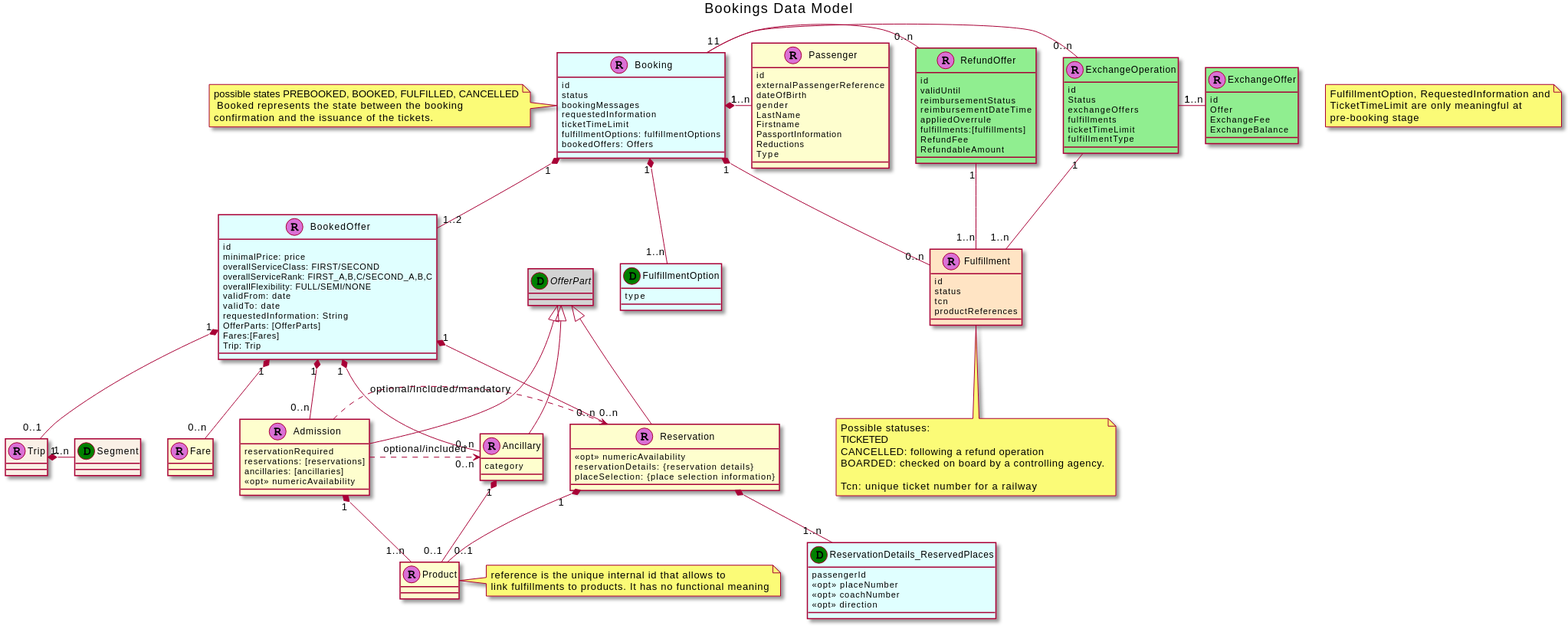
Earlier version of the PlantUML export images/models/bookings-data-model.png (UnionInternationalCheminsdeFer/OSDM). Its source is kept beside it as images/models/bookings-data-model.puml. Source of this version:
```plantuml
@startuml
title: Bookings Data Model

class Trip <<R,Orchid>> #linen {
}

class Segment <<D, Green>> #linen {
}

class BookedOffer <<R,orchid>> #lightcyan {
id
minimalPrice: price
overallServiceClass: FIRST/SECOND
overallServiceRank: FIRST_A,B,C/SECOND_A,B,C
overallFlexibility: FULL/SEMI/NONE
validFrom: date
validTo: date
requestedInformation: String
OfferParts: [OfferParts]
Fares:[Fares]
Trip: Trip
}

class ExchangeOffer <<R,orchid>> #lightgreen {
id
Offer
ExchangeFee
ExchangeBalance
}

abstract class OfferPart <<D,green>> #lightgrey {
}

class Ancillary <<R,orchid>> {
category
}

class Admission <<R,orchid>> {
reservationRequired
reservations: [reservations]
ancillaries: [ancillaries]
<<opt>> numericAvailability
}

class Reservation<<R,orchid>> {
<<opt>> numericAvailability
reservationDetails: {reservation details}
placeSelection: {place selection information}
}

class Product <<R,orchid>> {
}

class Fare <<R,orchid>> {

}

class Passenger <<R, orchid>> {
id
externalPassengerReference
dateOfBirth
gender
LastName
Firstname
PassportInformation
Reductions
Type
}

class Booking <<R,orchid>> #lightcyan {
id
status
bookingMessages
requestedInformation
ticketTimeLimit
fulfillmentOptions: fulfillmentOptions
bookedOffers: Offers

}
note left: possible states PREBOOKED, BOOKED, FULFILLED, CANCELLED\n Booked represents the state between the booking\nconfirmation and the issuance of the tickets.

class FulfillmentOption <<D,green>> #lightcyan  {
type
}

class ReservationDetails_ReservedPlaces<<D, green>> #lightcyan {
passengerId
<<opt>> placeNumber
<<opt>> coachNumber
<<opt>> direction
}

note right of Product
reference is the unique internal id that allows to
link fulfillments to products. It has no functional meaning
end note

class Fulfillment  <<R,orchid>> #bisque{
id
status
tcn
productReferences
}

class RefundOffer <<R, orchid>> #lightgreen {
  id
  validUntil
  reimbursementStatus
  reimbursementDateTime
  appliedOverrule
  fulfillments:[fulfillments]
  RefundFee
  RefundableAmount
}

class ExchangeOperation <<R, orchid>> #lightgreen {
     id
     Status
     exchangeOffers
     fulfillments
     ticketTimeLimit
     fulfillmentType
}

note bottom of Fulfillment
Possible statuses:
TICKETED
CANCELLED: following a refund operation
BOARDED: checked on board by a controlling agency.

Tcn:  unique ticket number for a railway
end note

Booking "1"*-"1..n" Passenger
Booking "1"*--"1..n" FulfillmentOption
Booking "1"-"0..n" RefundOffer
Booking "1"-"0..n" ExchangeOperation
RefundOffer "1"--"1..n" Fulfillment
ExchangeOperation "1"--"1..n" Fulfillment
ExchangeOperation "1"-"1..n" ExchangeOffer
Booking "1"*--"1..2" BookedOffer
Trip "1" *- "1..n" Segment
Booking "1"*--"0..n" Fulfillment

Admission "1"*--"1..n" Product
Reservation"1"*--"0..1" Product
Ancillary "1"*--"0..1" Product

BookedOffer "1" *-- "0..n" Admission
BookedOffer "1" *-- "0..n" Reservation
BookedOffer "1" *-- "0..n" Fare
BookedOffer "1" *-- "0..n" Ancillary
BookedOffer "1"*--"0..1" Trip
OfferPart <|-- Admission
OfferPart <|-- Reservation
OfferPart <|-- Ancillary
Admission .>"0..n" Reservation:optional/included/mandatory
Admission .>"0..n" Ancillary:optional/included
Reservation*--"1..n" ReservationDetails_ReservedPlaces


note as floatingNote
FulfillmentOption, RequestedInformation and
TicketTimeLimit are only meaningful at
pre-booking stage
end note
@enduml
```
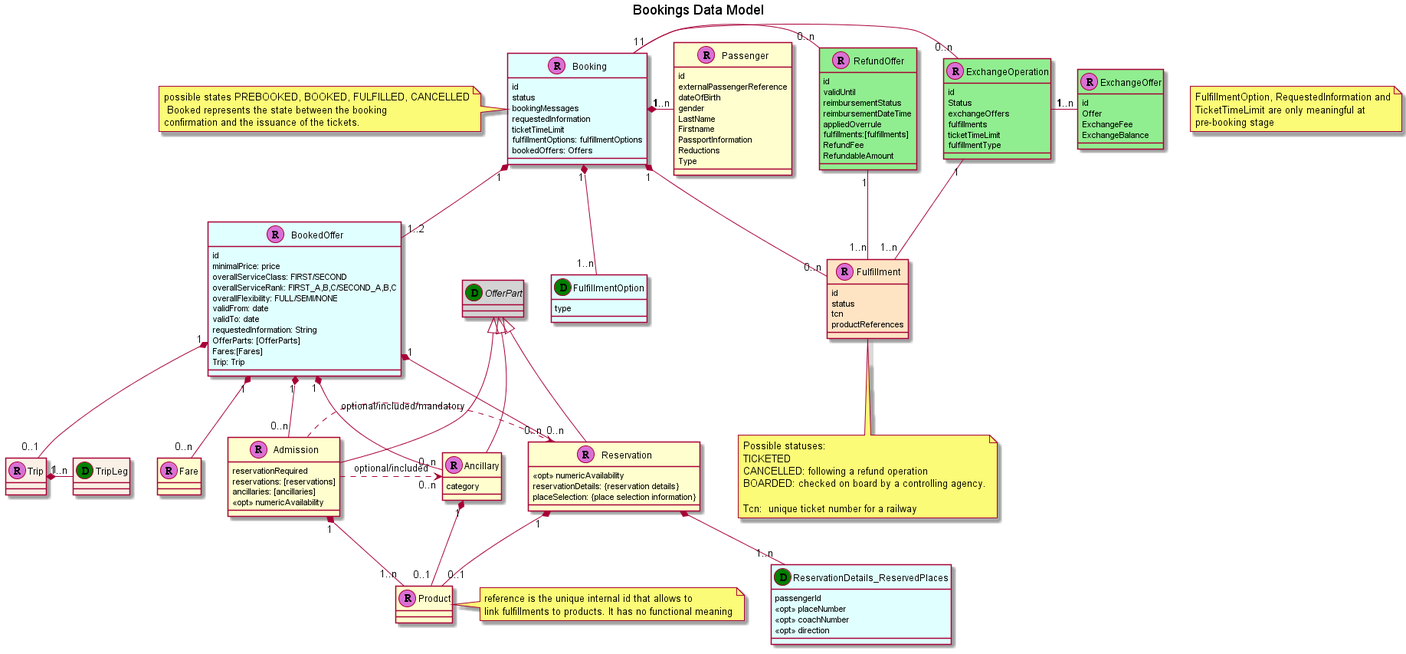
After the commit.

What changed in the source:
```diff
@@ -4,7 +4,7 @@
 class Trip <<R,Orchid>> #linen {
 }
 
-class Segment <<D, Green>> #linen {
+class TripLeg <<D, Green>> #linen {
 }
 
 class BookedOffer <<R,orchid>> #lightcyan {
@@ -139,7 +139,7 @@
 ExchangeOperation "1"--"1..n" Fulfillment
 ExchangeOperation "1"-"1..n" ExchangeOffer
 Booking "1"*--"1..2" BookedOffer
-Trip "1" *- "1..n" Segment
+Trip "1" *- "1..n" TripLeg
 Booking "1"*--"0..n" Fulfillment
 
 Admission "1"*--"1..n" Product
```
